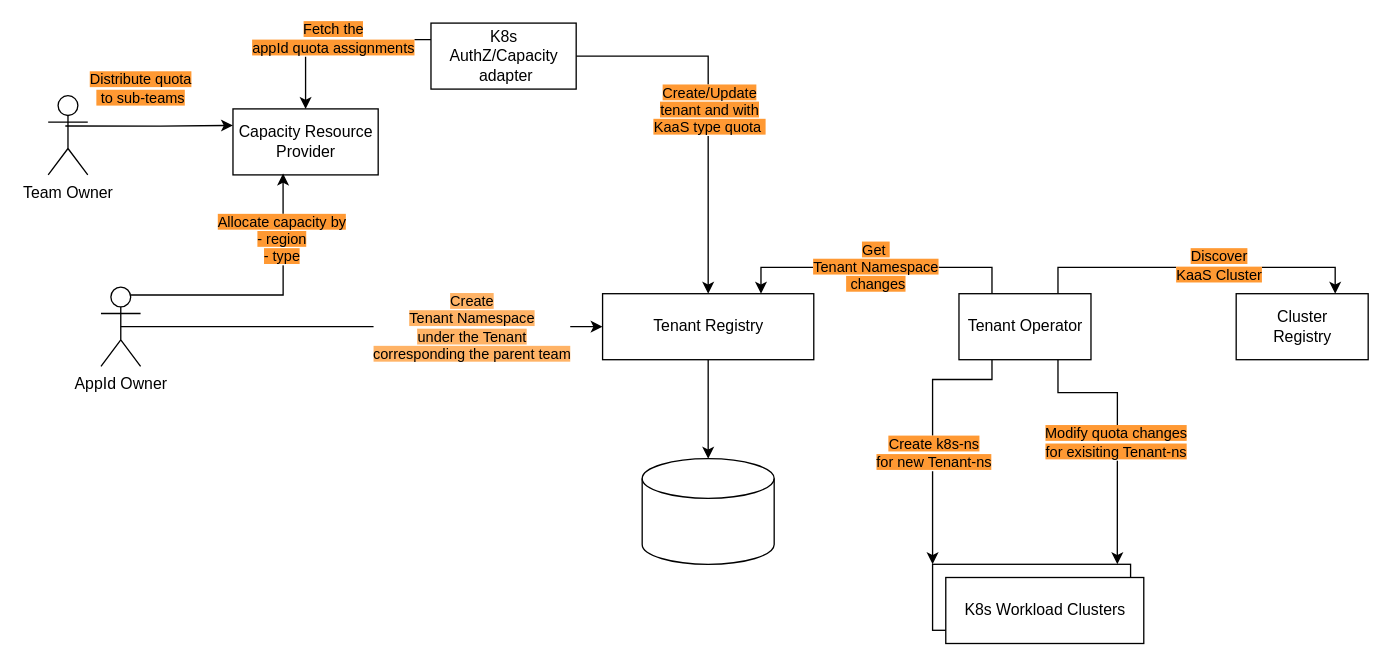
Purushotham233/first_app keeps this draw.io diagram as Solution2.drawio. Above is the earlier version. Source tidied: cells renumbered, new cells numbered last; positions are measured from the earlier drawing's top-left corner, leaving out a move shared by most shapes. Both pictures are drawn from the tidied source at 132%, with x=0, y=0 at pixel (48, 22).
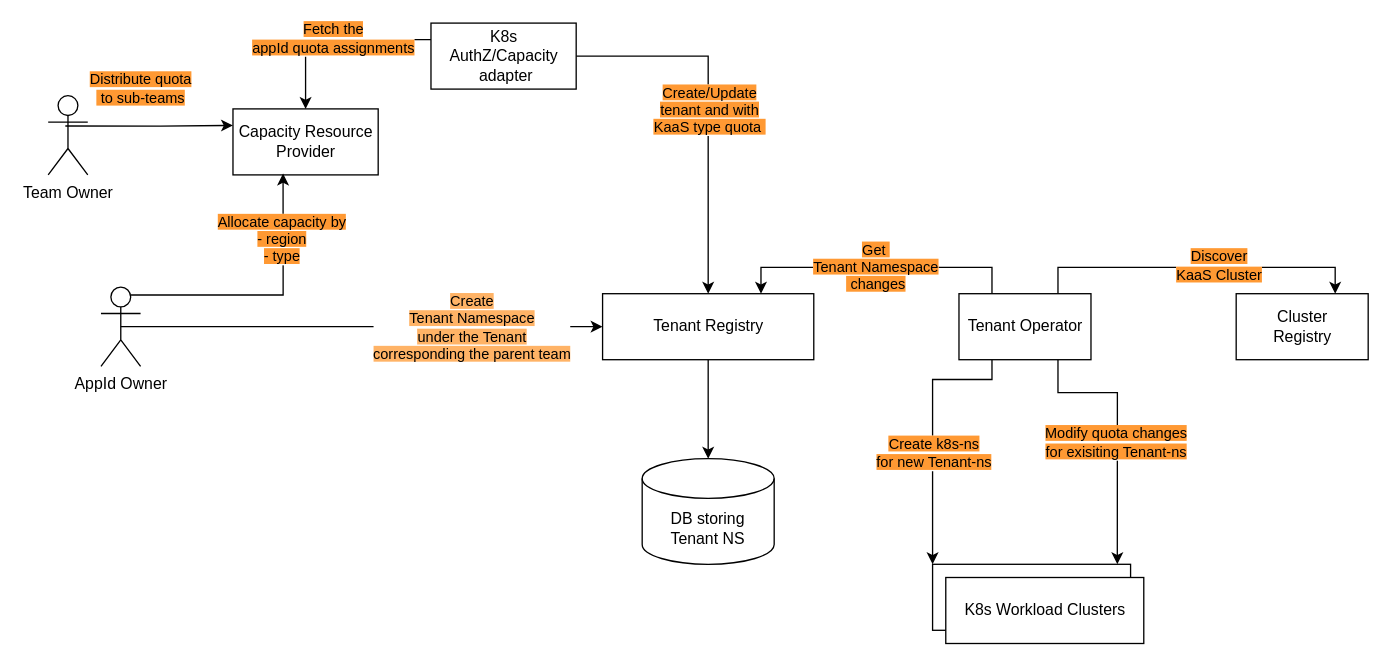
Above is the later version.

Diff of the diagram source:
```diff
@@
-    <mxCell id="27" style="shape=cylinder3;whiteSpace=wrap;html=1;boundedLbl=1;backgroundOutline=1;size=15;glass=1;sketch=0;fillColor=none;" parent="1" vertex="1">
+    <mxCell id="27" value="DB storing&lt;br&gt;Tenant NS" style="shape=cylinder3;whiteSpace=wrap;html=1;boundedLbl=1;backgroundOutline=1;size=15;glass=1;sketch=0;fillColor=none;" parent="1" vertex="1">
       <mxGeometry x="450" y="330" width="100" height="80" as="geometry" />
     </mxCell>
```
